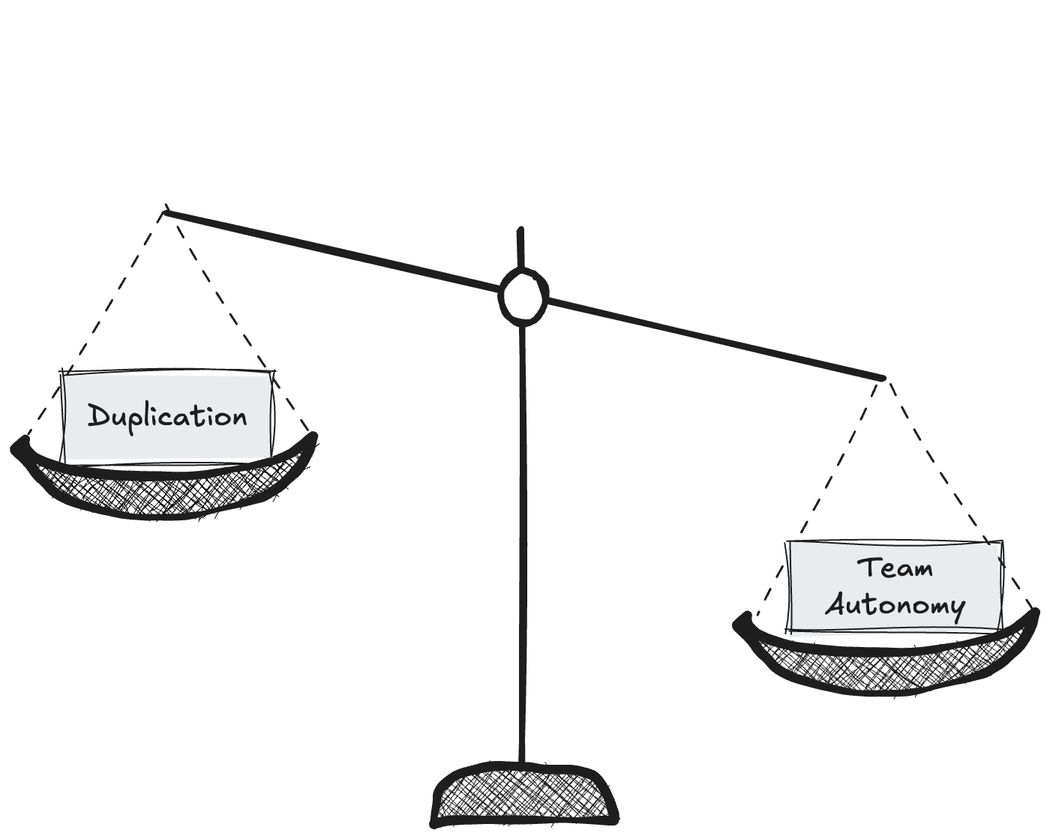
The Excalidraw diagram images/dazn_duplication_scale.png in maxgallo/talk-micro-frontends-five-years-after, before a commit. Source tidied: one line per element, renumbered; positions are measured from the earlier drawing's top-left corner, leaving out a move shared by most shapes.
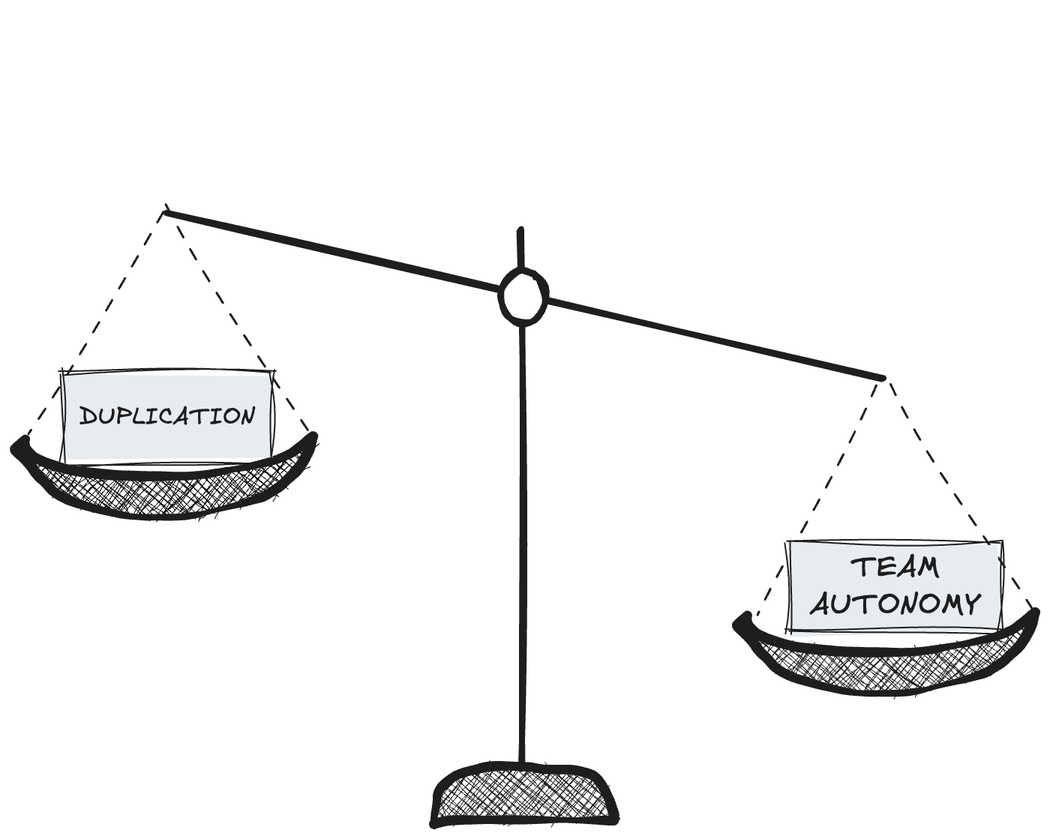
The same file after the commit.

Diff of the diagram source:
```diff
@@ -8,8 +8,8 @@
 {"id": 7, "type": "line", "strokeColor": "#1e1e1e", "backgroundColor": "#000", "fillStyle": "cross-hatch", "strokeWidth": 1, "strokeStyle": "dashed", "roughness": 2, "x": 97, "y": 127, "width": 87, "height": 155, "points": [[0, 0], [-87, 155]]}
 {"id": 8, "type": "line", "strokeColor": "#1e1e1e", "backgroundColor": "#000", "fillStyle": "cross-hatch", "strokeWidth": 1, "strokeStyle": "dashed", "roughness": 2, "x": 99, "y": 130, "width": 97, "height": 147, "points": [[0, 0], [97, 147]]}
 {"id": 9, "type": "rectangle", "strokeColor": "#1e1e1e", "backgroundColor": "#e9ecef", "fillStyle": "solid", "strokeWidth": 1, "roughness": 2, "x": 517, "y": 352, "width": 141, "height": 60}
-{"id": 10, "type": "text", "text": "Team\nAutonomy", "strokeColor": "#1e1e1e", "backgroundColor": "#e9ecef", "fillStyle": "hachure", "strokeWidth": 1, "roughness": 2, "fontSize": 20, "fontFamily": 5, "textAlign": "center", "verticalAlign": "middle", "inside": 9, "x": 540, "y": 357, "width": 94, "height": 50}
+{"id": 10, "type": "text", "text": "TEAM\nAUTONOMY", "strokeColor": "#1e1e1e", "backgroundColor": "#e9ecef", "fillStyle": "hachure", "strokeWidth": 1, "roughness": 2, "fontSize": 20, "fontFamily": 5, "textAlign": "center", "verticalAlign": "middle", "inside": 9, "x": 530, "y": 357, "width": 114, "height": 50}
-{"id": 11, "type": "rectangle", "strokeColor": "#1e1e1e", "backgroundColor": "#e9ecef", "fillStyle": "solid", "strokeWidth": 1, "roughness": 2, "x": 31, "y": 239, "width": 141, "height": 60}
+{"id": 11, "type": "rectangle", "strokeColor": "#1e1e1e", "backgroundColor": "#e9ecef", "fillStyle": "solid", "strokeWidth": 1, "roughness": 2, "x": 31, "y": 238, "width": 141, "height": 60}
-{"id": 12, "type": "text", "text": "Duplication", "strokeColor": "#1e1e1e", "backgroundColor": "#e9ecef", "fillStyle": "hachure", "strokeWidth": 1, "roughness": 2, "fontSize": 20, "fontFamily": 5, "textAlign": "center", "verticalAlign": "middle", "inside": 11, "x": 48, "y": 256, "width": 107, "height": 25}
+{"id": 12, "type": "text", "text": "DUPLICATION", "strokeColor": "#1e1e1e", "backgroundColor": "#e9ecef", "fillStyle": "hachure", "strokeWidth": 1, "roughness": 2, "fontSize": 16, "fontFamily": 5, "textAlign": "center", "verticalAlign": "middle", "inside": 11, "x": 43, "y": 258, "width": 118, "height": 20}
 {"id": 13, "type": "freedraw", "strokeColor": "#1e1e1e", "backgroundColor": "#1e1e1e", "fillStyle": "cross-hatch", "strokeWidth": 1, "roughness": 2, "x": 279, "y": 540, "width": 120, "height": 39, "points": [[0, 0], [1, -8], [2, -19], [4, -24], [11, -30], [21, -35], [32, -37], [39, -39], [56, -38], [68, -38], [79, -36], [91, -36], [101, -34], [110, -29], [116, -19], [118, -13], [119, -9], [120, -6], [120, -3], [91, -3], [74, -3], [62, -3], [49, -3], [32, -3], [22, -3], [13, -3], [4, -1]]}
 {"id": 14, "type": "rectangle", "strokeColor": "#1e1e1e", "backgroundColor": "#1e1e1e", "fillStyle": "cross-hatch", "strokeWidth": 1, "roughness": 2, "opacity": 0, "x": 278, "y": 0, "width": 131, "height": 82}
```
